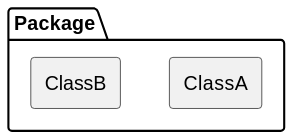
Before: out/plant_uml/packageReprésentation1/packageReprésentation1.svg, a diagram exported from PlantUML (gigl-uml/Guide_uml_polymtl).
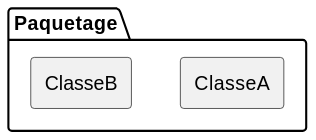
The same diagram one commit later.

Commit message:
paquetage traduction

Change to the diagram source:
```diff
@@ -1,9 +1,9 @@
 @startuml
 hide circle
 skinparam backgroundcolor transparent
-package Package {
-  rectangle ClassA
-  rectangle ClassB
+package Paquetage {
+  rectangle ClasseA
+  rectangle ClasseB
 }
 
 @enduml
```
